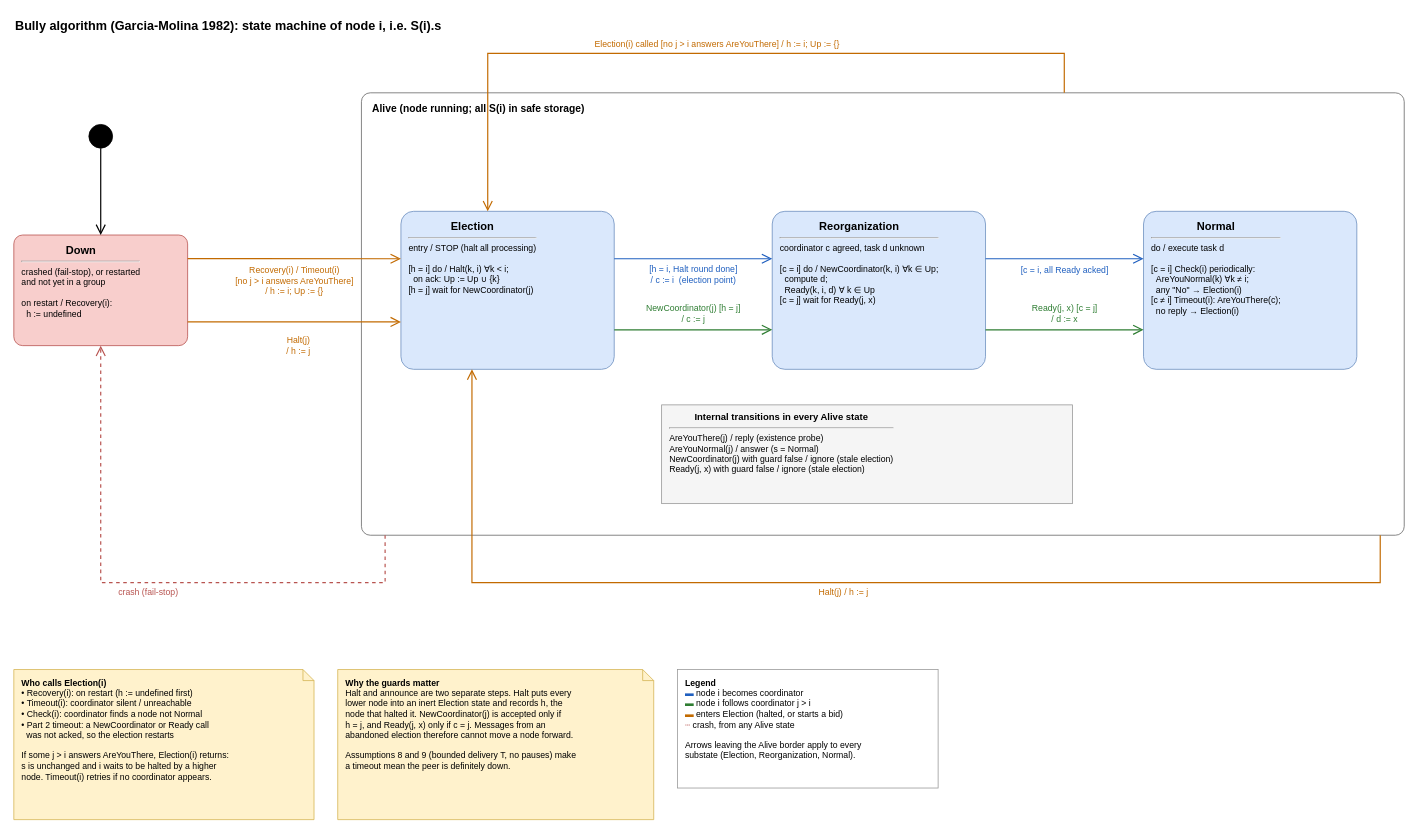
Above: docs/figures/state-machine.drawio in pattygithubby/ds-p1-bully-election (draw.io), before the change. Source tidied: cells renumbered, new cells numbered last; positions are measured from the earlier drawing's top-left corner, leaving out a move shared by most shapes. Both pictures are drawn from the tidied source at 79%, with x=0, y=0 at pixel (13, 13).
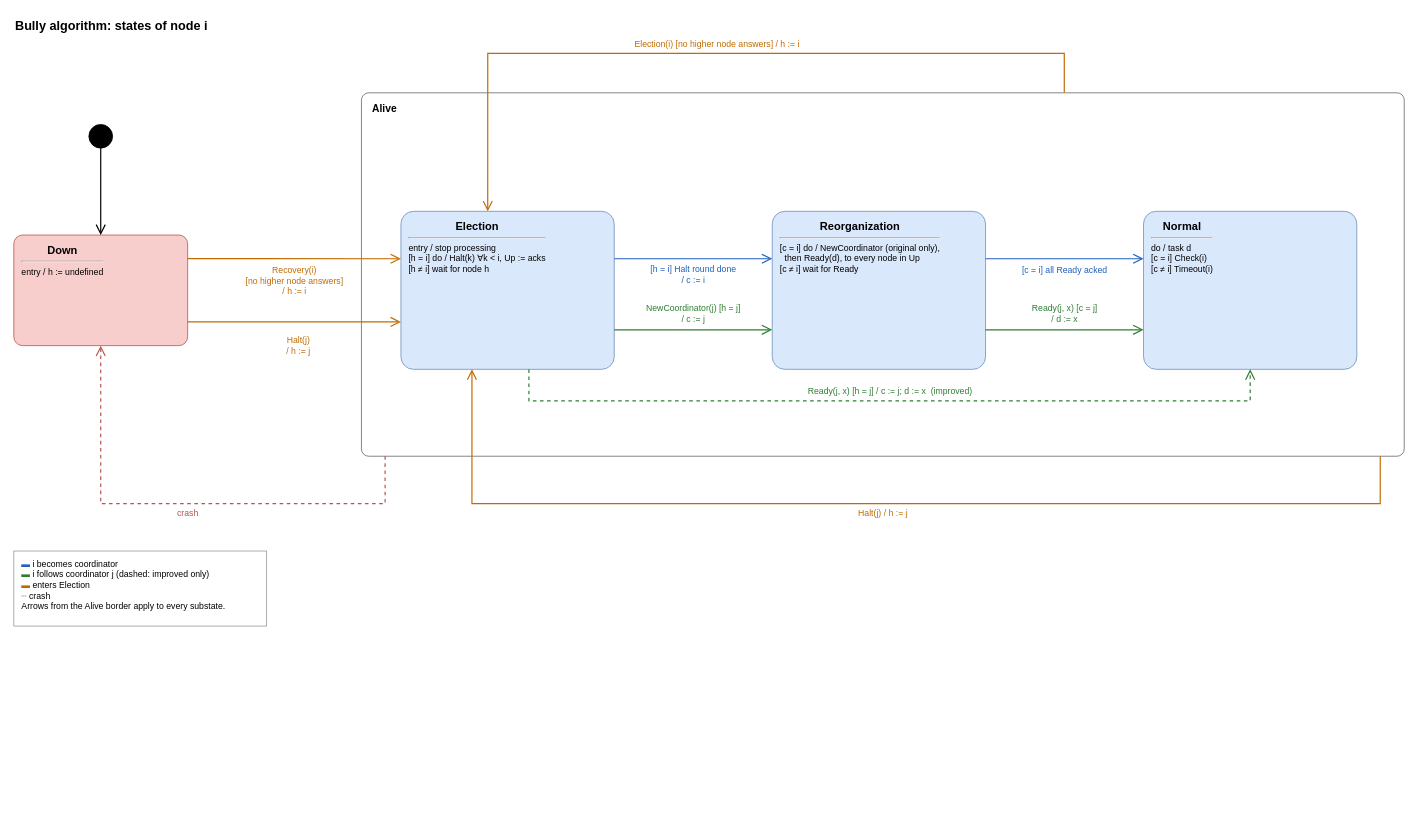
Above is the later version.

The edit, as a diff of the source:
```diff
@@
-    <mxCell id="2" value="&lt;b&gt;Bully algorithm (Garcia-Molina 1982): state machine of node i, i.e. S(i).s&lt;/b&gt;" style="text;html=1;fontSize=16;align=left;verticalAlign=middle;" parent="1" vertex="1">
+    <mxCell id="2" value="&lt;b&gt;Bully algorithm: states of node i&lt;/b&gt;" style="text;html=1;fontSize=16;align=left;verticalAlign=middle;" parent="1" vertex="1">
       <mxGeometry width="900" height="30" as="geometry" />
     </mxCell>
@@
-    <mxCell id="4" value="&lt;div style=&quot;text-align:center&quot;&gt;&lt;b style=&quot;font-size:14px&quot;&gt;Down&lt;/b&gt;&lt;/div&gt;&lt;hr&gt;crashed (fail-stop), or restarted&lt;br&gt;and not yet in a group&lt;br&gt;&lt;br&gt;on restart / Recovery(i):&lt;br&gt;&amp;nbsp;&amp;nbsp;h := undefined" style="rounded=1;arcSize=8;whiteSpace=wrap;html=1;fillColor=#dae8fc;strokeColor=#6c8ebf;fontSize=11;align=left;verticalAlign=top;spacingLeft=8;spacingRight=8;spacingTop=4;fillColor=#f8cecc;strokeColor=#b85450;" parent="1" vertex="1">
+    <mxCell id="4" value="&lt;div style=&quot;text-align:center&quot;&gt;&lt;b style=&quot;font-size:14px&quot;&gt;Down&lt;/b&gt;&lt;/div&gt;&lt;hr&gt;entry / h := undefined" style="rounded=1;arcSize=8;whiteSpace=wrap;html=1;fillColor=#dae8fc;strokeColor=#6c8ebf;fontSize=11;align=left;verticalAlign=top;spacingLeft=8;spacingRight=8;spacingTop=4;fillColor=#f8cecc;strokeColor=#b85450;" parent="1" vertex="1">
       <mxGeometry y="280" width="220" height="140" as="geometry" />
     </mxCell>
-    <mxCell id="5" value="Alive (node running; all S(i) in safe storage)" style="rounded=1;arcSize=2;whiteSpace=wrap;html=1;verticalAlign=top;align=left;spacingLeft=12;spacingTop=6;fillColor=none;strokeColor=#666666;dashed=0;fontStyle=1;fontSize=13;" parent="1" vertex="1">
-      <mxGeometry x="440" y="100" width="1320" height="560" as="geometry" />
+    <mxCell id="5" value="Alive" style="rounded=1;arcSize=2;whiteSpace=wrap;html=1;verticalAlign=top;align=left;spacingLeft=12;spacingTop=6;fillColor=none;strokeColor=#666666;dashed=0;fontStyle=1;fontSize=13;" parent="1" vertex="1">
+      <mxGeometry x="440" y="100" width="1320" height="460" as="geometry" />
     </mxCell>
-    <mxCell id="6" value="&lt;div style=&quot;text-align:center&quot;&gt;&lt;b style=&quot;font-size:14px&quot;&gt;Election&lt;/b&gt;&lt;/div&gt;&lt;hr&gt;entry / STOP (halt all processing)&lt;br&gt;&lt;br&gt;[h = i] do / Halt(k, i) &amp;forall;k &amp;lt; i;&lt;br&gt;&amp;nbsp;&amp;nbsp;on ack: Up := Up &amp;cup; {k}&lt;br&gt;[h = j] wait for NewCoordinator(j)" style="rounded=1;arcSize=8;whiteSpace=wrap;html=1;fillColor=#dae8fc;strokeColor=#6c8ebf;fontSize=11;align=left;verticalAlign=top;spacingLeft=8;spacingRight=8;spacingTop=4;" parent="1" vertex="1">
+    <mxCell id="6" value="&lt;div style=&quot;text-align:center&quot;&gt;&lt;b style=&quot;font-size:14px&quot;&gt;Election&lt;/b&gt;&lt;/div&gt;&lt;hr&gt;entry / stop processing&lt;br&gt;[h = i] do / Halt(k) &amp;forall;k &amp;lt; i, Up := acks&lt;br&gt;[h &amp;ne; i] wait for node h" style="rounded=1;arcSize=8;whiteSpace=wrap;html=1;fillColor=#dae8fc;strokeColor=#6c8ebf;fontSize=11;align=left;verticalAlign=top;spacingLeft=8;spacingRight=8;spacingTop=4;" parent="1" vertex="1">
       <mxGeometry x="490" y="250" width="270" height="200" as="geometry" />
     </mxCell>
-    <mxCell id="7" value="&lt;div style=&quot;text-align:center&quot;&gt;&lt;b style=&quot;font-size:14px&quot;&gt;Reorganization&lt;/b&gt;&lt;/div&gt;&lt;hr&gt;coordinator c agreed, task d unknown&lt;br&gt;&lt;br&gt;[c = i] do / NewCoordinator(k, i) ∀k ∈ Up;&lt;br&gt;&amp;nbsp;&amp;nbsp;compute d;&lt;br&gt;&amp;nbsp;&amp;nbsp;Ready(k, i, d) ∀ k ∈ Up&lt;br&gt;[c = j] wait for Ready(j, x)" style="rounded=1;arcSize=8;whiteSpace=wrap;html=1;fillColor=#dae8fc;strokeColor=#6c8ebf;fontSize=11;align=left;verticalAlign=top;spacingLeft=8;spacingRight=8;spacingTop=4;" parent="1" vertex="1">
+    <mxCell id="7" value="&lt;div style=&quot;text-align:center&quot;&gt;&lt;b style=&quot;font-size:14px&quot;&gt;Reorganization&lt;/b&gt;&lt;/div&gt;&lt;hr&gt;[c = i] do / NewCoordinator (original only),&lt;br&gt;&amp;nbsp;&amp;nbsp;then Ready(d), to every node in Up&lt;br&gt;[c &amp;ne; i] wait for Ready" style="rounded=1;arcSize=8;whiteSpace=wrap;html=1;fillColor=#dae8fc;strokeColor=#6c8ebf;fontSize=11;align=left;verticalAlign=top;spacingLeft=8;spacingRight=8;spacingTop=4;" parent="1" vertex="1">
       <mxGeometry x="960" y="250" width="270" height="200" as="geometry" />
     </mxCell>
-    <mxCell id="8" value="&lt;div style=&quot;text-align:center&quot;&gt;&lt;b style=&quot;font-size:14px&quot;&gt;Normal&lt;/b&gt;&lt;/div&gt;&lt;hr&gt;do / execute task d&lt;br&gt;&lt;br&gt;[c = i] Check(i) periodically:&lt;br&gt;&amp;nbsp;&amp;nbsp;AreYouNormal(k) &amp;forall;k &amp;ne; i;&lt;br&gt;&amp;nbsp;&amp;nbsp;any &amp;quot;No&amp;quot; &amp;rarr; Election(i)&lt;br&gt;[c &amp;ne; i] Timeout(i): AreYouThere(c);&lt;br&gt;&amp;nbsp;&amp;nbsp;no reply &amp;rarr; Election(i)" style="rounded=1;arcSize=8;whiteSpace=wrap;html=1;fillColor=#dae8fc;strokeColor=#6c8ebf;fontSize=11;align=left;verticalAlign=top;spacingLeft=8;spacingRight=8;spacingTop=4;" parent="1" vertex="1">
+    <mxCell id="8" value="&lt;div style=&quot;text-align:center&quot;&gt;&lt;b style=&quot;font-size:14px&quot;&gt;Normal&lt;/b&gt;&lt;/div&gt;&lt;hr&gt;do / task d&lt;br&gt;[c = i] Check(i)&lt;br&gt;[c &amp;ne; i] Timeout(i)" style="rounded=1;arcSize=8;whiteSpace=wrap;html=1;fillColor=#dae8fc;strokeColor=#6c8ebf;fontSize=11;align=left;verticalAlign=top;spacingLeft=8;spacingRight=8;spacingTop=4;" parent="1" vertex="1">
       <mxGeometry x="1430" y="250" width="270" height="200" as="geometry" />
     </mxCell>
-    <mxCell id="9" value="&lt;div style=&quot;text-align:center&quot;&gt;&lt;b style=&quot;font-size:12px&quot;&gt;Internal transitions in every Alive state&lt;/b&gt;&lt;/div&gt;&lt;hr&gt;AreYouThere(j) / reply (existence probe)&lt;br&gt;AreYouNormal(j) / answer (s = Normal)&lt;br&gt;NewCoordinator(j) with guard false / ignore (stale election)&lt;br&gt;Ready(j, x) with guard false / ignore (stale election)" style="rounded=0;whiteSpace=wrap;html=1;fillColor=#f5f5f5;strokeColor=#999999;fontSize=11;align=left;verticalAlign=top;spacingLeft=8;spacingTop=2;" parent="1" vertex="1">
-      <mxGeometry x="820" y="495" width="520" height="125" as="geometry" />
-    </mxCell>
@@
-    <mxCell id="11" value="Recovery(i) / Timeout(i)&lt;br&gt;[no j &amp;gt; i answers AreYouThere]&lt;br&gt;/ h := i; Up := {}" style="edgeStyle=orthogonalEdgeStyle;rounded=0;html=1;endArrow=open;endSize=10;strokeWidth=1.5;strokeColor=#c26a00;fontColor=#c26a00;fontSize=11;labelBackgroundColor=none;exitX=1;exitY=0.214;exitDx=0;exitDy=0;entryX=0;entryY=0.3;entryDx=0;entryDy=0;" parent="1" edge="1" source="4" target="6">
+    <mxCell id="11" value="Recovery(i)&lt;br&gt;[no higher node answers]&lt;br&gt;/ h := i" style="edgeStyle=orthogonalEdgeStyle;rounded=0;html=1;endArrow=open;endSize=10;strokeWidth=1.5;strokeColor=#c26a00;fontColor=#c26a00;fontSize=11;labelBackgroundColor=none;exitX=1;exitY=0.214;exitDx=0;exitDy=0;entryX=0;entryY=0.3;entryDx=0;entryDy=0;" parent="1" edge="1" source="4" target="6">
       <mxGeometry y="-28" relative="1" as="geometry" />
     </mxCell>
@@
-    <mxCell id="13" value="[h = i, Halt round done]&lt;br&gt;/ c := i&amp;nbsp;&amp;nbsp;(election point)" style="edgeStyle=orthogonalEdgeStyle;rounded=0;html=1;endArrow=open;endSize=10;strokeWidth=1.5;strokeColor=#1f5fbf;fontColor=#1f5fbf;fontSize=11;labelBackgroundColor=none;exitX=1;exitY=0.3;exitDx=0;exitDy=0;entryX=0;entryY=0.3;entryDx=0;entryDy=0;" parent="1" edge="1" source="6" target="7">
+    <mxCell id="13" value="[h = i] Halt round done&lt;br&gt;/ c := i" style="edgeStyle=orthogonalEdgeStyle;rounded=0;html=1;endArrow=open;endSize=10;strokeWidth=1.5;strokeColor=#1f5fbf;fontColor=#1f5fbf;fontSize=11;labelBackgroundColor=none;exitX=1;exitY=0.3;exitDx=0;exitDy=0;entryX=0;entryY=0.3;entryDx=0;entryDy=0;" parent="1" edge="1" source="6" target="7">
       <mxGeometry y="-20" relative="1" as="geometry" />
     </mxCell>
@@
-    <mxCell id="15" value="[c = i, all Ready acked]" style="edgeStyle=orthogonalEdgeStyle;rounded=0;html=1;endArrow=open;endSize=10;strokeWidth=1.5;strokeColor=#1f5fbf;fontColor=#1f5fbf;fontSize=11;labelBackgroundColor=none;exitX=1;exitY=0.3;exitDx=0;exitDy=0;entryX=0;entryY=0.3;entryDx=0;entryDy=0;" parent="1" edge="1" source="7" target="8">
+    <mxCell id="15" value="[c = i] all Ready acked" style="edgeStyle=orthogonalEdgeStyle;rounded=0;html=1;endArrow=open;endSize=10;strokeWidth=1.5;strokeColor=#1f5fbf;fontColor=#1f5fbf;fontSize=11;labelBackgroundColor=none;exitX=1;exitY=0.3;exitDx=0;exitDy=0;entryX=0;entryY=0.3;entryDx=0;entryDy=0;" parent="1" edge="1" source="7" target="8">
       <mxGeometry y="-14" relative="1" as="geometry" />
     </mxCell>
@@
+    <mxCell id="23" value="Ready(j, x) [h = j] / c := j; d := x&amp;nbsp;&amp;nbsp;(improved)" style="edgeStyle=orthogonalEdgeStyle;rounded=0;html=1;endArrow=open;endSize=10;strokeWidth=1.5;strokeColor=#2e7d32;fontColor=#2e7d32;fontSize=11;labelBackgroundColor=none;dashed=1;exitX=0.6;exitY=1;exitDx=0;exitDy=0;entryX=0.5;entryY=1;entryDx=0;entryDy=0;" parent="1" edge="1" source="6" target="8">
+      <mxGeometry y="12" relative="1" as="geometry">
+        <Array as="points">
+          <mxPoint x="652" y="490" />
+          <mxPoint x="1565" y="490" />
+        </Array>
+      </mxGeometry>
+    </mxCell>
-    <mxCell id="17" value="Election(i) called [no j &amp;gt; i answers AreYouThere] / h := i; Up := {}" style="edgeStyle=orthogonalEdgeStyle;rounded=0;html=1;endArrow=open;endSize=10;strokeWidth=1.5;strokeColor=#c26a00;fontColor=#c26a00;fontSize=11;labelBackgroundColor=none;exitX=0.674;exitY=0;exitDx=0;exitDy=0;entryX=0.407;entryY=0;entryDx=0;entryDy=0;" parent="1" edge="1" source="5" target="6">
+    <mxCell id="17" value="Election(i) [no higher node answers] / h := i" style="edgeStyle=orthogonalEdgeStyle;rounded=0;html=1;endArrow=open;endSize=10;strokeWidth=1.5;strokeColor=#c26a00;fontColor=#c26a00;fontSize=11;labelBackgroundColor=none;exitX=0.674;exitY=0;exitDx=0;exitDy=0;entryX=0.407;entryY=0;entryDx=0;entryDy=0;" parent="1" edge="1" source="5" target="6">
       <mxGeometry y="-12" relative="1" as="geometry">
         <Array as="points">
           <mxPoint x="1330" y="50" />
           <mxPoint x="600" y="50" />
         </Array>
       </mxGeometry>
     </mxCell>
     <mxCell id="18" value="Halt(j) / h := j" style="edgeStyle=orthogonalEdgeStyle;rounded=0;html=1;endArrow=open;endSize=10;strokeWidth=1.5;strokeColor=#c26a00;fontColor=#c26a00;fontSize=11;labelBackgroundColor=none;exitX=0.977;exitY=1;exitDx=0;exitDy=0;entryX=0.333;entryY=1;entryDx=0;entryDy=0;" parent="1" edge="1" source="5" target="6">
       <mxGeometry y="12" relative="1" as="geometry">
         <Array as="points">
-          <mxPoint x="1730" y="720" />
-          <mxPoint x="580" y="720" />
+          <mxPoint x="1730" y="620" />
+          <mxPoint x="580" y="620" />
         </Array>
       </mxGeometry>
     </mxCell>
-    <mxCell id="19" value="crash (fail-stop)" style="edgeStyle=orthogonalEdgeStyle;rounded=0;html=1;endArrow=open;endSize=10;strokeWidth=1.5;strokeColor=#b85450;fontColor=#b85450;fontSize=11;labelBackgroundColor=none;dashed=1;exitX=0.0227;exitY=1;exitDx=0;exitDy=0;entryX=0.5;entryY=1;entryDx=0;entryDy=0;" parent="1" edge="1" source="5" target="4">
+    <mxCell id="19" value="crash" style="edgeStyle=orthogonalEdgeStyle;rounded=0;html=1;endArrow=open;endSize=10;strokeWidth=1.5;strokeColor=#b85450;fontColor=#b85450;fontSize=11;labelBackgroundColor=none;dashed=1;exitX=0.0227;exitY=1;exitDx=0;exitDy=0;entryX=0.5;entryY=1;entryDx=0;entryDy=0;" parent="1" edge="1" source="5" target="4">
       <mxGeometry y="12" relative="1" as="geometry">
         <Array as="points">
-          <mxPoint x="470" y="720" />
-          <mxPoint x="110" y="720" />
+          <mxPoint x="470" y="620" />
+          <mxPoint x="110" y="620" />
         </Array>
       </mxGeometry>
     </mxCell>
-    <mxCell id="20" value="&lt;b&gt;Who calls Election(i)&lt;/b&gt;&lt;br&gt;&amp;bull; Recovery(i): on restart (h := undefined first)&lt;br&gt;&amp;bull; Timeout(i): coordinator silent / unreachable&lt;br&gt;&amp;bull; Check(i): coordinator finds a node not Normal&lt;br&gt;&amp;bull; Part 2 timeout: a NewCoordinator or Ready call&lt;br&gt;&amp;nbsp;&amp;nbsp;was not acked, so the election restarts&lt;br&gt;&lt;br&gt;If some j &amp;gt; i answers AreYouThere, Election(i) returns:&lt;br&gt;s is unchanged and i waits to be halted by a higher&lt;br&gt;node. Timeout(i) retries if no coordinator appears." style="shape=note;whiteSpace=wrap;html=1;size=14;fillColor=#fff2cc;strokeColor=#d6b656;fontSize=11;align=left;verticalAlign=top;spacingLeft=8;spacingTop=4;" parent="1" vertex="1">
-      <mxGeometry y="830" width="380" height="190" as="geometry" />
-    </mxCell>
-    <mxCell id="21" value="&lt;b&gt;Why the guards matter&lt;/b&gt;&lt;br&gt;Halt and announce are two separate steps. Halt puts every&lt;br&gt;lower node into an inert Election state and records h, the&lt;br&gt;node that halted it. NewCoordinator(j) is accepted only if&lt;br&gt;h = j, and Ready(j, x) only if c = j. Messages from an&lt;br&gt;abandoned election therefore cannot move a node forward.&lt;br&gt;&lt;br&gt;Assumptions 8 and 9 (bounded delivery T, no pauses) make&lt;br&gt;a timeout mean the peer is definitely down." style="shape=note;whiteSpace=wrap;html=1;size=14;fillColor=#fff2cc;strokeColor=#d6b656;fontSize=11;align=left;verticalAlign=top;spacingLeft=8;spacingTop=4;" parent="1" vertex="1">
-      <mxGeometry x="410" y="830" width="400" height="190" as="geometry" />
-    </mxCell>
-    <mxCell id="22" value="&lt;b&gt;Legend&lt;/b&gt;&lt;br&gt;&lt;font color=&quot;#1f5fbf&quot;&gt;&amp;#9644;&lt;/font&gt; node i becomes coordinator&lt;br&gt;&lt;font color=&quot;#2e7d32&quot;&gt;&amp;#9644;&lt;/font&gt; node i follows coordinator j &amp;gt; i&lt;br&gt;&lt;font color=&quot;#c26a00&quot;&gt;&amp;#9644;&lt;/font&gt; enters Election (halted, or starts a bid)&lt;br&gt;&lt;font color=&quot;#b85450&quot;&gt;&amp;#9476;&lt;/font&gt; crash, from any Alive state&lt;br&gt;&lt;br&gt;Arrows leaving the Alive border apply to every&lt;br&gt;substate (Election, Reorganization, Normal)." style="rounded=0;whiteSpace=wrap;html=1;fillColor=#ffffff;strokeColor=#999999;fontSize=11;align=left;verticalAlign=top;spacingLeft=8;spacingTop=4;" parent="1" vertex="1">
-      <mxGeometry x="840" y="830" width="330" height="150" as="geometry" />
+    <mxCell id="22" value="&lt;font color=&quot;#1f5fbf&quot;&gt;&amp;#9644;&lt;/font&gt; i becomes coordinator&lt;br&gt;&lt;font color=&quot;#2e7d32&quot;&gt;&amp;#9644;&lt;/font&gt; i follows coordinator j (dashed: improved only)&lt;br&gt;&lt;font color=&quot;#c26a00&quot;&gt;&amp;#9644;&lt;/font&gt; enters Election&lt;br&gt;&lt;font color=&quot;#b85450&quot;&gt;&amp;#9476;&lt;/font&gt; crash&lt;br&gt;Arrows from the Alive border apply to every substate." style="rounded=0;whiteSpace=wrap;html=1;fillColor=#ffffff;strokeColor=#999999;fontSize=11;align=left;verticalAlign=top;spacingLeft=8;spacingTop=4;" parent="1" vertex="1">
+      <mxGeometry y="680" width="320" height="95" as="geometry" />
     </mxCell>
```
